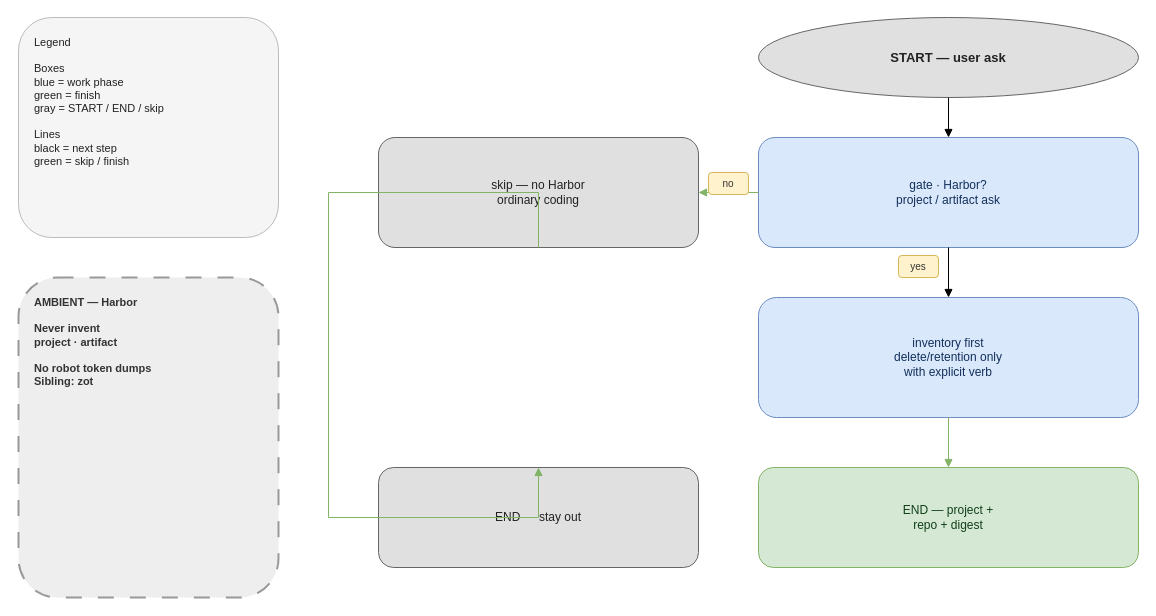
nodadyoushutup/marketplace keeps this draw.io diagram as plugins/harbor/docs/harbor-workflow.drawio. Above is the earlier version. Source tidied: cells renumbered, new cells numbered last; positions are measured from the earlier drawing's top-left corner, leaving out a move shared by most shapes. Both pictures are drawn from the tidied source at 100%, with x=0, y=0 at pixel (18, 17).
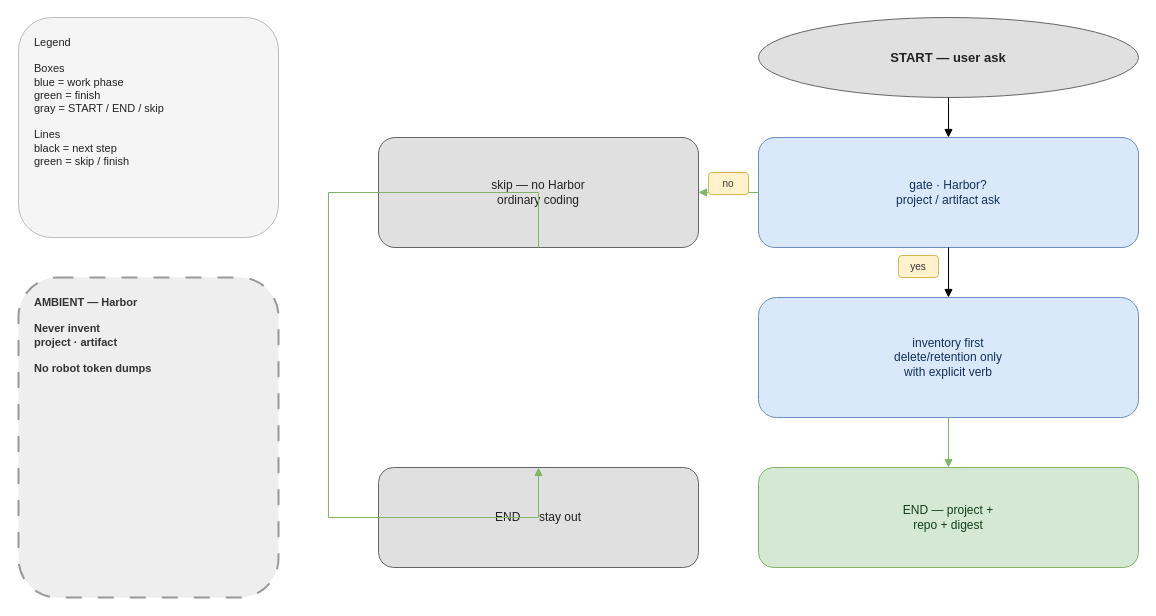
Above is the later version.

What changed in the source:
```diff
@@
 <mxGraphModel>
   <root>
     <mxCell id="0" />
     <mxCell id="1" parent="0" />
     <mxCell id="2" value="Legend&#10;&#10;Boxes&#10;blue = work phase&#10;green = finish&#10;gray = START / END / skip&#10;&#10;Lines&#10;black = next step&#10;green = skip / finish" style="rounded=1;whiteSpace=wrap;html=1;align=left;verticalAlign=top;spacingLeft=14;spacingRight=14;spacingTop=12;spacingBottom=12;fontSize=11;fillColor=#f5f5f5;strokeColor=#bbbbbb;fontColor=#222222;" parent="1" vertex="1">
       <mxGeometry width="260" height="220" as="geometry" />
     </mxCell>
-    <mxCell id="3" value="AMBIENT — Harbor&#10;&#10;Never invent&#10;project · artifact&#10;&#10;No robot token dumps&#10;Sibling: zot" style="rounded=1;whiteSpace=wrap;html=1;dashed=1;dashPattern=8 8;align=left;verticalAlign=top;spacingLeft=14;spacingRight=14;spacingTop=12;spacingBottom=12;fontSize=11;fontStyle=1;fillColor=#eeeeee;strokeColor=#999999;strokeWidth=2;fontColor=#333333;" parent="1" vertex="1">
+    <mxCell id="3" value="AMBIENT — Harbor&#10;&#10;Never invent&#10;project · artifact&#10;&#10;No robot token dumps&#10;" style="rounded=1;whiteSpace=wrap;html=1;dashed=1;dashPattern=8 8;align=left;verticalAlign=top;spacingLeft=14;spacingRight=14;spacingTop=12;spacingBottom=12;fontSize=11;fontStyle=1;fillColor=#eeeeee;strokeColor=#999999;strokeWidth=2;fontColor=#333333;" parent="1" vertex="1">
       <mxGeometry y="260" width="260" height="320" as="geometry" />
     </mxCell>
     <mxCell id="4" value="START — user ask" style="ellipse;whiteSpace=wrap;html=1;align=center;verticalAlign=middle;fontSize=13;fontStyle=1;fillColor=#e0e0e0;strokeColor=#666666;fontColor=#222222;" parent="1" vertex="1">
       <mxGeometry x="740" width="380" height="80" as="geometry" />
     </mxCell>
     <mxCell id="5" value="gate · Harbor?&#10;project / artifact ask" style="rounded=1;whiteSpace=wrap;html=1;align=center;verticalAlign=middle;spacingLeft=12;spacingRight=12;fontSize=12;fillColor=#dae8fc;strokeColor=#6c8ebf;fontColor=#12305B;" parent="1" vertex="1">
       <mxGeometry x="740" y="120" width="380" height="110" as="geometry" />
     </mxCell>
     <mxCell id="6" value="skip — no Harbor&#10;ordinary coding" style="rounded=1;whiteSpace=wrap;html=1;align=center;verticalAlign=middle;spacingLeft=12;spacingRight=12;fontSize=12;fillColor=#e0e0e0;strokeColor=#666666;fontColor=#222222;" parent="1" vertex="1">
       <mxGeometry x="360" y="120" width="320" height="110" as="geometry" />
     </mxCell>
     <mxCell id="7" value="inventory first&#10;delete/retention only&#10;with explicit verb" style="rounded=1;whiteSpace=wrap;html=1;align=center;verticalAlign=middle;spacingLeft=12;spacingRight=12;fontSize=12;fillColor=#dae8fc;strokeColor=#6c8ebf;fontColor=#12305B;" parent="1" vertex="1">
       <mxGeometry x="740" y="280" width="380" height="120" as="geometry" />
     </mxCell>
     <mxCell id="8" value="END — project +&#10;repo + digest" style="rounded=1;whiteSpace=wrap;html=1;align=center;verticalAlign=middle;spacingLeft=12;spacingRight=12;fontSize=12;fillColor=#d5e8d4;strokeColor=#82b366;fontColor=#12401A;" parent="1" vertex="1">
       <mxGeometry x="740" y="450" width="380" height="100" as="geometry" />
     </mxCell>
     <mxCell id="9" value="END — stay out" style="rounded=1;whiteSpace=wrap;html=1;align=center;verticalAlign=middle;spacingLeft=12;spacingRight=12;fontSize=12;fillColor=#e0e0e0;strokeColor=#666666;fontColor=#222222;" parent="1" vertex="1">
       <mxGeometry x="360" y="450" width="320" height="100" as="geometry" />
     </mxCell>
     <mxCell id="10" style="edgeStyle=orthogonalEdgeStyle;rounded=0;html=1;endArrow=block;jumpStyle=arc;jumpSize=10;exitX=0.5;exitY=1;entryX=0.5;entryY=0;" parent="1" edge="1" source="4" target="5">
       <mxGeometry relative="1" as="geometry" />
     </mxCell>
     <mxCell id="11" style="edgeStyle=orthogonalEdgeStyle;rounded=0;html=1;endArrow=block;jumpStyle=arc;jumpSize=10;strokeColor=#82b366;exitX=0;exitY=0.5;entryX=1;entryY=0.5;" parent="1" edge="1" source="5" target="6">
       <mxGeometry relative="1" as="geometry" />
     </mxCell>
     <mxCell id="12" value="no" style="rounded=1;whiteSpace=wrap;html=1;align=center;verticalAlign=middle;fontSize=10;fillColor=#fff2cc;strokeColor=#d6b656;fontColor=#333333;" parent="1" vertex="1">
       <mxGeometry x="690" y="155" width="40" height="22" as="geometry" />
     </mxCell>
     <mxCell id="13" style="edgeStyle=orthogonalEdgeStyle;rounded=0;html=1;endArrow=block;jumpStyle=arc;jumpSize=10;exitX=0.5;exitY=1;entryX=0.5;entryY=0;" parent="1" edge="1" source="5" target="7">
       <mxGeometry relative="1" as="geometry" />
     </mxCell>
     <mxCell id="14" value="yes" style="rounded=1;whiteSpace=wrap;html=1;align=center;verticalAlign=middle;fontSize=10;fillColor=#fff2cc;strokeColor=#d6b656;fontColor=#333333;" parent="1" vertex="1">
       <mxGeometry x="880" y="238" width="40" height="22" as="geometry" />
     </mxCell>
     <mxCell id="15" style="edgeStyle=orthogonalEdgeStyle;rounded=0;html=1;endArrow=block;jumpStyle=arc;jumpSize=10;strokeColor=#82b366;exitX=0.5;exitY=1;entryX=0.5;entryY=0;" parent="1" edge="1" source="7" target="8">
       <mxGeometry relative="1" as="geometry" />
     </mxCell>
     <mxCell id="16" style="edgeStyle=orthogonalEdgeStyle;rounded=0;html=1;endArrow=block;jumpStyle=arc;jumpSize=10;strokeColor=#82b366;exitX=0.5;exitY=1;entryX=0.5;entryY=0;" parent="1" edge="1" source="6" target="9">
       <mxGeometry relative="1" as="geometry">
         <Array as="points">
           <mxPoint x="310" y="175" />
           <mxPoint x="310" y="500" />
         </Array>
       </mxGeometry>
     </mxCell>
   </root>
 </mxGraphModel>
```
